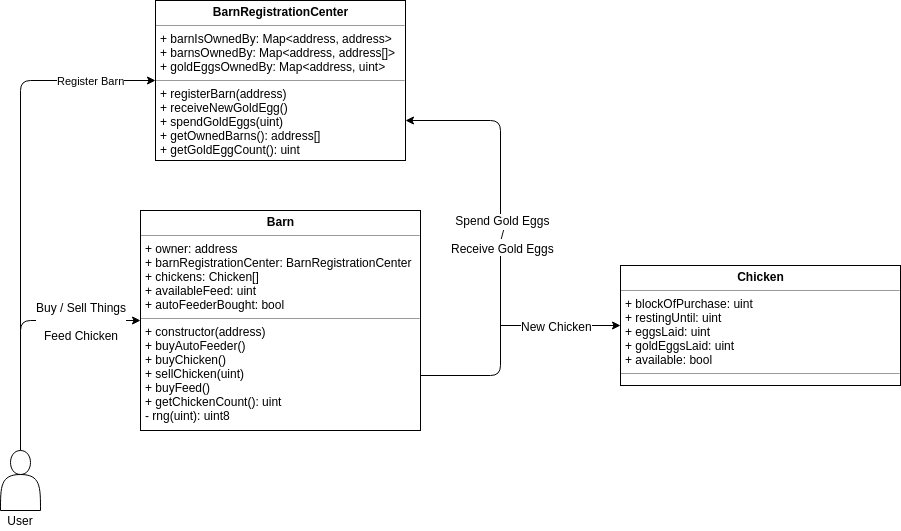
pedro-tiple/chicken-farmer-ethereum keeps this draw.io diagram as front-end/public/architecture_classes.png. Above is the earlier version. Source tidied: cells renumbered, new cells last; positions are measured from the earlier drawing's top-left corner, leaving out a move shared by most shapes. Source of this version:
```xml
<mxGraphModel background="#ffffff">
  <root>
    <mxCell id="0" />
    <mxCell id="1" parent="0" />
    <mxCell id="2" value="&lt;p style=&quot;margin: 0px ; margin-top: 4px ; text-align: center&quot;&gt;&lt;b&gt;Barn&lt;/b&gt;&lt;/p&gt;&lt;hr size=&quot;1&quot;&gt;&lt;p style=&quot;margin: 0px ; margin-left: 4px&quot;&gt;+ owner: address&lt;/p&gt;&lt;p style=&quot;margin: 0px ; margin-left: 4px&quot;&gt;+ barnRegistrationCenter:&amp;nbsp;BarnRegistrationCenter&lt;/p&gt;&lt;p style=&quot;margin: 0px ; margin-left: 4px&quot;&gt;+ chickens: Chicken[]&lt;/p&gt;&lt;p style=&quot;margin: 0px ; margin-left: 4px&quot;&gt;+ availableFeed: uint&lt;/p&gt;&lt;p style=&quot;margin: 0px ; margin-left: 4px&quot;&gt;+ autoFeederBought: bool&lt;/p&gt;&lt;hr size=&quot;1&quot;&gt;&lt;p style=&quot;margin: 0px ; margin-left: 4px&quot;&gt;+ constructor(address)&lt;/p&gt;&lt;p style=&quot;margin: 0px ; margin-left: 4px&quot;&gt;+ buyAutoFeeder()&lt;/p&gt;&lt;p style=&quot;margin: 0px ; margin-left: 4px&quot;&gt;+ buyChicken()&lt;/p&gt;&lt;p style=&quot;margin: 0px ; margin-left: 4px&quot;&gt;+ sellChicken(uint)&lt;/p&gt;&lt;p style=&quot;margin: 0px ; margin-left: 4px&quot;&gt;+ buyFeed()&lt;/p&gt;&lt;p style=&quot;margin: 0px ; margin-left: 4px&quot;&gt;+ getChickenCount(): uint&lt;/p&gt;&lt;p style=&quot;margin: 0px ; margin-left: 4px&quot;&gt;- rng(uint): uint8&lt;/p&gt;" style="verticalAlign=top;align=left;overflow=fill;fontSize=12;fontFamily=Helvetica;html=1;" parent="1" vertex="1">
      <mxGeometry x="140" y="210" width="280" height="220" as="geometry" />
    </mxCell>
    <mxCell id="3" value="&lt;p style=&quot;margin: 0px ; margin-top: 4px ; text-align: center&quot;&gt;&lt;b&gt;BarnRegistrationCenter&lt;/b&gt;&lt;/p&gt;&lt;hr size=&quot;1&quot;&gt;&lt;p style=&quot;margin: 0px ; margin-left: 4px&quot;&gt;+ barnIsOwnedBy: Map&amp;lt;address, address&amp;gt;&lt;/p&gt;&lt;p style=&quot;margin: 0px ; margin-left: 4px&quot;&gt;+ barnsOwnedBy: Map&amp;lt;address, address[]&amp;gt;&lt;/p&gt;&lt;p style=&quot;margin: 0px ; margin-left: 4px&quot;&gt;+ goldEggsOwnedBy: Map&amp;lt;address, uint&amp;gt;&lt;/p&gt;&lt;hr size=&quot;1&quot;&gt;&lt;p style=&quot;margin: 0px ; margin-left: 4px&quot;&gt;+ registerBarn&lt;span&gt;(address)&lt;/span&gt;&lt;/p&gt;&lt;p style=&quot;margin: 0px ; margin-left: 4px&quot;&gt;+ receiveNewGoldEgg()&lt;/p&gt;&lt;p style=&quot;margin: 0px ; margin-left: 4px&quot;&gt;+ spendGoldEggs(uint)&lt;/p&gt;&lt;p style=&quot;margin: 0px ; margin-left: 4px&quot;&gt;+ getOwnedBarns(): address[]&lt;/p&gt;&lt;p style=&quot;margin: 0px ; margin-left: 4px&quot;&gt;+ getGoldEggCount(): uint&lt;/p&gt;" style="verticalAlign=top;align=left;overflow=fill;fontSize=12;fontFamily=Helvetica;html=1;" parent="1" vertex="1">
      <mxGeometry x="155" width="250" height="160" as="geometry" />
    </mxCell>
    <mxCell id="4" value="&lt;p style=&quot;margin: 0px ; margin-top: 4px ; text-align: center&quot;&gt;&lt;b&gt;Chicken&lt;/b&gt;&lt;/p&gt;&lt;hr size=&quot;1&quot;&gt;&lt;p style=&quot;margin: 0px ; margin-left: 4px&quot;&gt;+ blockOfPurchase: uint&lt;br&gt;&lt;/p&gt;&lt;p style=&quot;margin: 0px ; margin-left: 4px&quot;&gt;+ restingUntil: uint&lt;/p&gt;&lt;p style=&quot;margin: 0px ; margin-left: 4px&quot;&gt;+ eggsLaid: uint&lt;/p&gt;&lt;p style=&quot;margin: 0px ; margin-left: 4px&quot;&gt;+ goldEggsLaid: uint&lt;/p&gt;&lt;p style=&quot;margin: 0px ; margin-left: 4px&quot;&gt;+ available: bool&lt;/p&gt;&lt;hr size=&quot;1&quot;&gt;&lt;p style=&quot;margin: 0px ; margin-left: 4px&quot;&gt;&lt;br&gt;&lt;/p&gt;" style="verticalAlign=top;align=left;overflow=fill;fontSize=12;fontFamily=Helvetica;html=1;" parent="1" vertex="1">
      <mxGeometry x="620" y="265" width="280" height="120" as="geometry" />
    </mxCell>
    <mxCell id="5" style="endArrow=classic;html=1;entryX=1;entryY=0.75;entryDx=0;entryDy=0;endFill=1;exitX=1;exitY=0.75;exitDx=0;exitDy=0;" parent="1" edge="1" source="2" target="3">
      <mxGeometry relative="1" as="geometry">
        <Array as="points">
          <mxPoint x="500" y="375" />
          <mxPoint x="500" y="120" />
        </Array>
      </mxGeometry>
    </mxCell>
    <mxCell id="6" value="Spend Gold Eggs&lt;br&gt;/&lt;br&gt;Receive Gold Eggs" style="text;html=1;align=center;verticalAlign=middle;labelBackgroundColor=#ffffff;" parent="5" vertex="1">
      <mxGeometry x="0.03" y="-2" relative="1" as="geometry" />
    </mxCell>
    <mxCell id="7" style="endArrow=classic;html=1;entryX=0;entryY=0.5;entryDx=0;entryDy=0;endFill=1;" parent="1" edge="1" target="4">
      <mxGeometry relative="1" as="geometry">
        <mxPoint x="500" y="325" as="sourcePoint" />
      </mxGeometry>
    </mxCell>
    <mxCell id="8" value="New Chicken" style="text;html=1;align=center;verticalAlign=middle;labelBackgroundColor=#ffffff;" parent="7" vertex="1">
      <mxGeometry x="0.22" relative="1" as="geometry">
        <mxPoint x="-17" as="offset" />
      </mxGeometry>
    </mxCell>
    <mxCell id="9" style="endArrow=none;html=1;exitX=0;exitY=0.5;exitDx=0;exitDy=0;endFill=0;startArrow=classic;startFill=1;" parent="1" edge="1" source="2">
      <mxGeometry relative="1" as="geometry">
        <mxPoint x="20" y="450" as="targetPoint" />
        <Array as="points">
          <mxPoint x="20" y="320" />
        </Array>
      </mxGeometry>
    </mxCell>
    <mxCell id="10" value="Buy / Sell Things&lt;br&gt;&lt;br&gt;Feed Chicken" style="text;html=1;align=center;verticalAlign=middle;labelBackgroundColor=#ffffff;" parent="9" vertex="1">
      <mxGeometry x="0.27" relative="1" as="geometry">
        <mxPoint x="60" y="-39" as="offset" />
      </mxGeometry>
    </mxCell>
    <mxCell id="11" value="Register Barn" style="endArrow=classic;html=1;entryX=0;entryY=0.5;entryDx=0;entryDy=0;endFill=1;" parent="1" edge="1" target="3">
      <mxGeometry x="0.66" relative="1" as="geometry">
        <mxPoint x="20" y="330" as="sourcePoint" />
        <Array as="points">
          <mxPoint x="20" y="80" />
        </Array>
      </mxGeometry>
    </mxCell>
    <mxCell id="12" style="group;" parent="1" vertex="1">
      <mxGeometry y="450" width="40" height="80" as="geometry" />
    </mxCell>
    <mxCell id="13" style="shape=actor;whiteSpace=wrap;html=1;" parent="12" vertex="1">
      <mxGeometry width="40" height="60" as="geometry" />
    </mxCell>
    <mxCell id="14" value="User" style="text;html=1;strokeColor=none;fillColor=none;align=center;verticalAlign=middle;whiteSpace=wrap;rounded=0;" parent="12" vertex="1">
      <mxGeometry y="60" width="40" height="20" as="geometry" />
    </mxCell>
  </root>
</mxGraphModel>
```
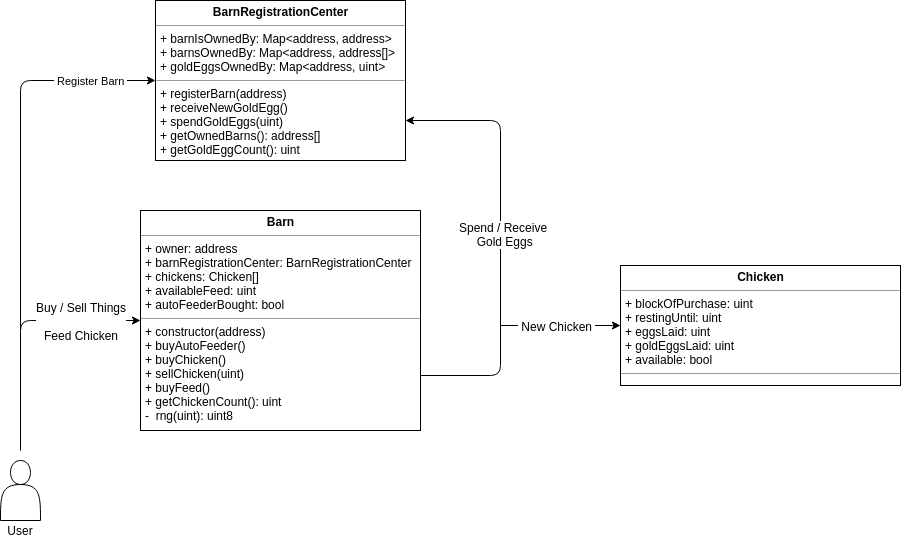
The same diagram one commit later.

Commit message:
Small update to architecture classes image.

Change to the diagram source:
```diff
@@ -2,7 +2,7 @@
   <root>
     <mxCell id="0" />
     <mxCell id="1" parent="0" />
-    <mxCell id="2" value="&lt;p style=&quot;margin: 0px ; margin-top: 4px ; text-align: center&quot;&gt;&lt;b&gt;Barn&lt;/b&gt;&lt;/p&gt;&lt;hr size=&quot;1&quot;&gt;&lt;p style=&quot;margin: 0px ; margin-left: 4px&quot;&gt;+ owner: address&lt;/p&gt;&lt;p style=&quot;margin: 0px ; margin-left: 4px&quot;&gt;+ barnRegistrationCenter:&amp;nbsp;BarnRegistrationCenter&lt;/p&gt;&lt;p style=&quot;margin: 0px ; margin-left: 4px&quot;&gt;+ chickens: Chicken[]&lt;/p&gt;&lt;p style=&quot;margin: 0px ; margin-left: 4px&quot;&gt;+ availableFeed: uint&lt;/p&gt;&lt;p style=&quot;margin: 0px ; margin-left: 4px&quot;&gt;+ autoFeederBought: bool&lt;/p&gt;&lt;hr size=&quot;1&quot;&gt;&lt;p style=&quot;margin: 0px ; margin-left: 4px&quot;&gt;+ constructor(address)&lt;/p&gt;&lt;p style=&quot;margin: 0px ; margin-left: 4px&quot;&gt;+ buyAutoFeeder()&lt;/p&gt;&lt;p style=&quot;margin: 0px ; margin-left: 4px&quot;&gt;+ buyChicken()&lt;/p&gt;&lt;p style=&quot;margin: 0px ; margin-left: 4px&quot;&gt;+ sellChicken(uint)&lt;/p&gt;&lt;p style=&quot;margin: 0px ; margin-left: 4px&quot;&gt;+ buyFeed()&lt;/p&gt;&lt;p style=&quot;margin: 0px ; margin-left: 4px&quot;&gt;+ getChickenCount(): uint&lt;/p&gt;&lt;p style=&quot;margin: 0px ; margin-left: 4px&quot;&gt;- rng(uint): uint8&lt;/p&gt;" style="verticalAlign=top;align=left;overflow=fill;fontSize=12;fontFamily=Helvetica;html=1;" parent="1" vertex="1">
+    <mxCell id="2" value="&lt;p style=&quot;margin: 0px ; margin-top: 4px ; text-align: center&quot;&gt;&lt;b&gt;Barn&lt;/b&gt;&lt;/p&gt;&lt;hr size=&quot;1&quot;&gt;&lt;p style=&quot;margin: 0px ; margin-left: 4px&quot;&gt;+ owner: address&lt;/p&gt;&lt;p style=&quot;margin: 0px ; margin-left: 4px&quot;&gt;+ barnRegistrationCenter:&amp;nbsp;BarnRegistrationCenter&lt;/p&gt;&lt;p style=&quot;margin: 0px ; margin-left: 4px&quot;&gt;+ chickens: Chicken[]&lt;/p&gt;&lt;p style=&quot;margin: 0px ; margin-left: 4px&quot;&gt;+ availableFeed: uint&lt;/p&gt;&lt;p style=&quot;margin: 0px ; margin-left: 4px&quot;&gt;+ autoFeederBought: bool&lt;/p&gt;&lt;hr size=&quot;1&quot;&gt;&lt;p style=&quot;margin: 0px ; margin-left: 4px&quot;&gt;+ constructor(address)&lt;/p&gt;&lt;p style=&quot;margin: 0px ; margin-left: 4px&quot;&gt;+ buyAutoFeeder()&lt;/p&gt;&lt;p style=&quot;margin: 0px ; margin-left: 4px&quot;&gt;+ buyChicken()&lt;/p&gt;&lt;p style=&quot;margin: 0px ; margin-left: 4px&quot;&gt;+ sellChicken(uint)&lt;/p&gt;&lt;p style=&quot;margin: 0px ; margin-left: 4px&quot;&gt;+ buyFeed()&lt;/p&gt;&lt;p style=&quot;margin: 0px ; margin-left: 4px&quot;&gt;+ getChickenCount(): uint&lt;/p&gt;&lt;p style=&quot;margin: 0px ; margin-left: 4px&quot;&gt;&lt;span&gt;-&amp;nbsp; rng(uint): uint8&lt;/span&gt;&lt;/p&gt;" style="verticalAlign=top;align=left;overflow=fill;fontSize=12;fontFamily=Helvetica;html=1;" parent="1" vertex="1">
       <mxGeometry x="140" y="210" width="280" height="220" as="geometry" />
     </mxCell>
     <mxCell id="3" value="&lt;p style=&quot;margin: 0px ; margin-top: 4px ; text-align: center&quot;&gt;&lt;b&gt;BarnRegistrationCenter&lt;/b&gt;&lt;/p&gt;&lt;hr size=&quot;1&quot;&gt;&lt;p style=&quot;margin: 0px ; margin-left: 4px&quot;&gt;+ barnIsOwnedBy: Map&amp;lt;address, address&amp;gt;&lt;/p&gt;&lt;p style=&quot;margin: 0px ; margin-left: 4px&quot;&gt;+ barnsOwnedBy: Map&amp;lt;address, address[]&amp;gt;&lt;/p&gt;&lt;p style=&quot;margin: 0px ; margin-left: 4px&quot;&gt;+ goldEggsOwnedBy: Map&amp;lt;address, uint&amp;gt;&lt;/p&gt;&lt;hr size=&quot;1&quot;&gt;&lt;p style=&quot;margin: 0px ; margin-left: 4px&quot;&gt;+ registerBarn&lt;span&gt;(address)&lt;/span&gt;&lt;/p&gt;&lt;p style=&quot;margin: 0px ; margin-left: 4px&quot;&gt;+ receiveNewGoldEgg()&lt;/p&gt;&lt;p style=&quot;margin: 0px ; margin-left: 4px&quot;&gt;+ spendGoldEggs(uint)&lt;/p&gt;&lt;p style=&quot;margin: 0px ; margin-left: 4px&quot;&gt;+ getOwnedBarns(): address[]&lt;/p&gt;&lt;p style=&quot;margin: 0px ; margin-left: 4px&quot;&gt;+ getGoldEggCount(): uint&lt;/p&gt;" style="verticalAlign=top;align=left;overflow=fill;fontSize=12;fontFamily=Helvetica;html=1;" parent="1" vertex="1">
@@ -19,7 +19,7 @@
         </Array>
       </mxGeometry>
     </mxCell>
-    <mxCell id="6" value="Spend Gold Eggs&lt;br&gt;/&lt;br&gt;Receive Gold Eggs" style="text;html=1;align=center;verticalAlign=middle;labelBackgroundColor=#ffffff;" parent="5" vertex="1">
+    <mxCell id="6" value="Spend / Receive&lt;br&gt;&amp;nbsp;Gold Eggs" style="text;html=1;align=center;verticalAlign=middle;labelBackgroundColor=#ffffff;" parent="5" vertex="1">
       <mxGeometry x="0.03" y="-2" relative="1" as="geometry" />
     </mxCell>
     <mxCell id="7" style="endArrow=classic;html=1;entryX=0;entryY=0.5;entryDx=0;entryDy=0;endFill=1;" parent="1" edge="1" target="4">
@@ -27,7 +27,7 @@
         <mxPoint x="500" y="325" as="sourcePoint" />
       </mxGeometry>
     </mxCell>
-    <mxCell id="8" value="New Chicken" style="text;html=1;align=center;verticalAlign=middle;labelBackgroundColor=#ffffff;" parent="7" vertex="1">
+    <mxCell id="8" value="&amp;nbsp;New Chicken&amp;nbsp;" style="text;html=1;align=center;verticalAlign=middle;labelBackgroundColor=#ffffff;" parent="7" vertex="1">
       <mxGeometry x="0.22" relative="1" as="geometry">
         <mxPoint x="-17" as="offset" />
       </mxGeometry>
@@ -45,7 +45,7 @@
         <mxPoint x="60" y="-39" as="offset" />
       </mxGeometry>
     </mxCell>
-    <mxCell id="11" value="Register Barn" style="endArrow=classic;html=1;entryX=0;entryY=0.5;entryDx=0;entryDy=0;endFill=1;" parent="1" edge="1" target="3">
+    <mxCell id="11" value="&amp;nbsp;Register Barn&amp;nbsp;&lt;br&gt;" style="endArrow=classic;html=1;entryX=0;entryY=0.5;entryDx=0;entryDy=0;endFill=1;" parent="1" edge="1" target="3">
       <mxGeometry x="0.66" relative="1" as="geometry">
         <mxPoint x="20" y="330" as="sourcePoint" />
         <Array as="points">
@@ -54,7 +54,7 @@
       </mxGeometry>
     </mxCell>
     <mxCell id="12" style="group;" parent="1" vertex="1">
-      <mxGeometry y="450" width="40" height="80" as="geometry" />
+      <mxGeometry y="460" width="40" height="80" as="geometry" />
     </mxCell>
     <mxCell id="13" style="shape=actor;whiteSpace=wrap;html=1;" parent="12" vertex="1">
       <mxGeometry width="40" height="60" as="geometry" />
```
